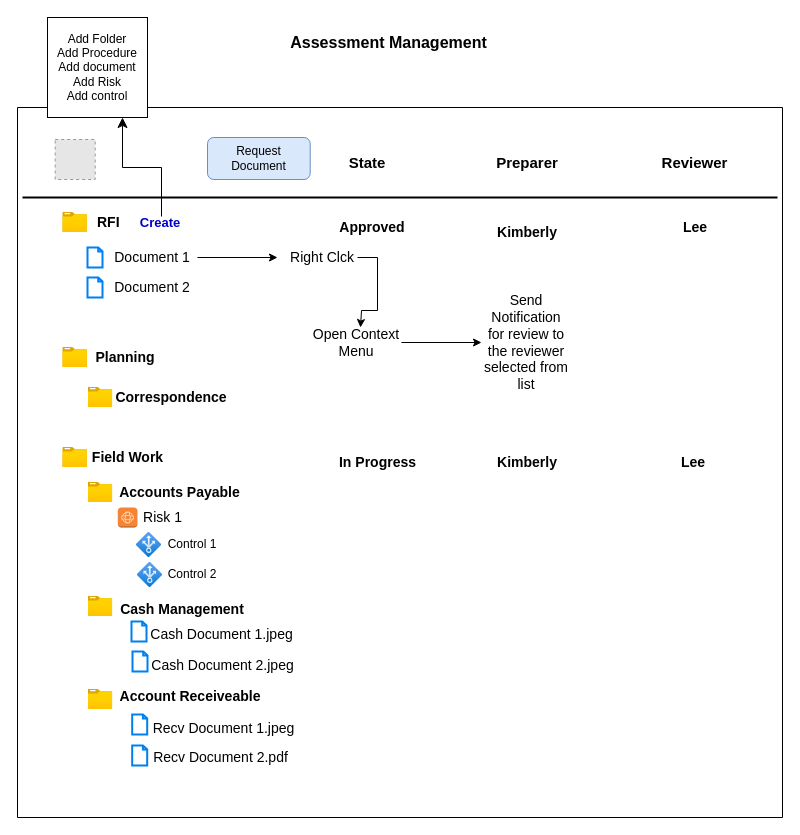
Earlier version of the draw.io diagram page "Workflow" (3 of 4) of internal_audit.drawio (AvikM1996/draw.io). Source tidied: cells renumbered, new cells numbered last; positions are measured from the earlier drawing's top-left corner, leaving out a move shared by most shapes. Both pictures are drawn from the tidied source at 100%, with x=0, y=0 at pixel (17, 17). Pictures stored in the file or linked from it are replaced by grey dashed boxes.
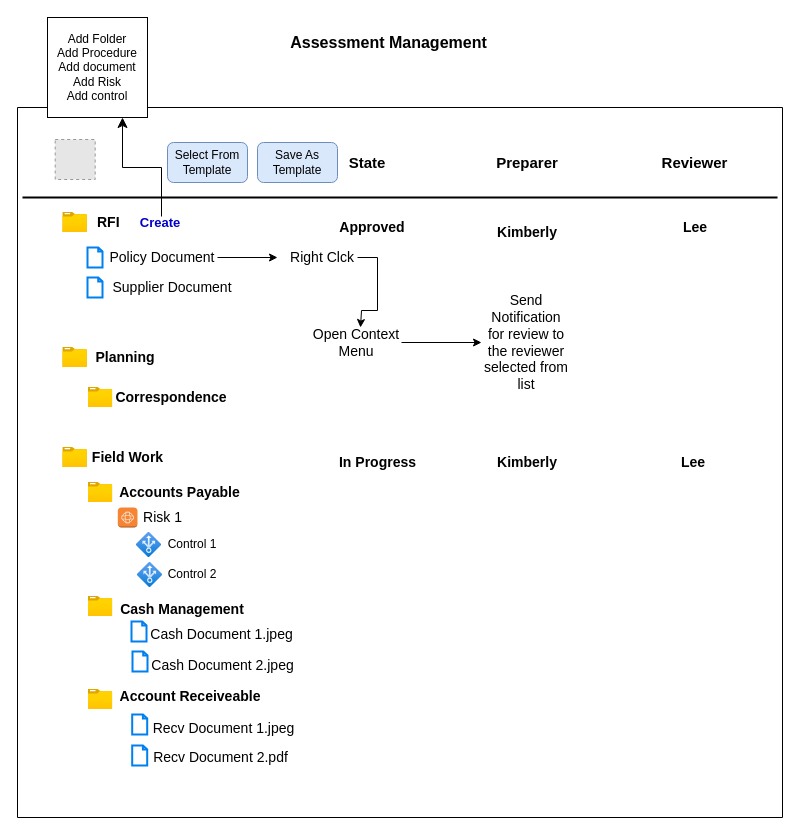
The same diagram, later.

Diff of the diagram source:
```diff
@@
-    <mxCell id="9" value="Document 1" style="text;html=1;align=center;verticalAlign=middle;whiteSpace=wrap;rounded=0;fontSize=14;" parent="1" vertex="1">
-      <mxGeometry x="90" y="225" width="90" height="30" as="geometry" />
+    <mxCell id="9" value="Policy Document" style="text;html=1;align=center;verticalAlign=middle;whiteSpace=wrap;rounded=0;fontSize=14;" parent="1" vertex="1">
+      <mxGeometry x="90" y="225" width="110" height="30" as="geometry" />
     </mxCell>
-    <mxCell id="10" value="Document 2" style="text;html=1;align=center;verticalAlign=middle;whiteSpace=wrap;rounded=0;fontSize=14;" parent="1" vertex="1">
-      <mxGeometry x="90" y="255" width="90" height="30" as="geometry" />
+    <mxCell id="10" value="Supplier Document" style="text;html=1;align=center;verticalAlign=middle;whiteSpace=wrap;rounded=0;fontSize=14;" parent="1" vertex="1">
+      <mxGeometry x="90" y="255" width="130" height="30" as="geometry" />
     </mxCell>
@@
-    <mxCell id="56" value="Request Document" style="rounded=1;whiteSpace=wrap;html=1;fillColor=#dae8fc;strokeColor=#6c8ebf;" parent="1" vertex="1">
-      <mxGeometry x="190" y="120" width="102.7" height="42" as="geometry" />
-    </mxCell>
+    <mxCell id="57" value="Save As Template" style="rounded=1;whiteSpace=wrap;html=1;fillColor=#dae8fc;strokeColor=#6c8ebf;" parent="1" vertex="1">
+      <mxGeometry x="240" y="125" width="80" height="40" as="geometry" />
+    </mxCell>
+    <mxCell id="58" value="Select From Template" style="rounded=1;whiteSpace=wrap;html=1;fillColor=#dae8fc;strokeColor=#6c8ebf;" parent="1" vertex="1">
+      <mxGeometry x="150" y="125" width="80" height="40" as="geometry" />
+    </mxCell>
```
